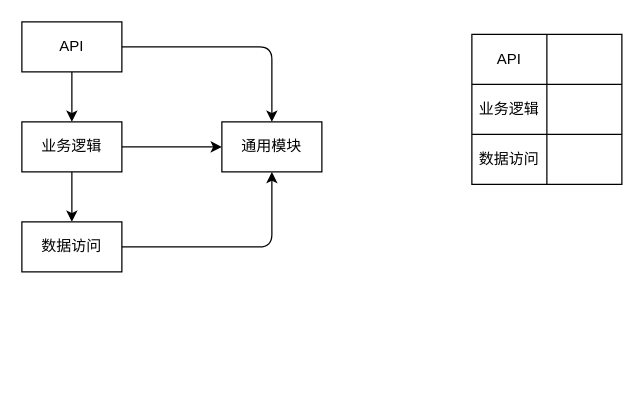
Before: Software/分层模式示例.drawio in noobwu/diagrams, a draw.io diagram. Source tidied: cells renumbered, new cells numbered last; positions are measured from the earlier drawing's top-left corner, leaving out a move shared by most shapes. Both pictures are drawn from the tidied source at 125%, with x=0, y=0 at pixel (21, 21).
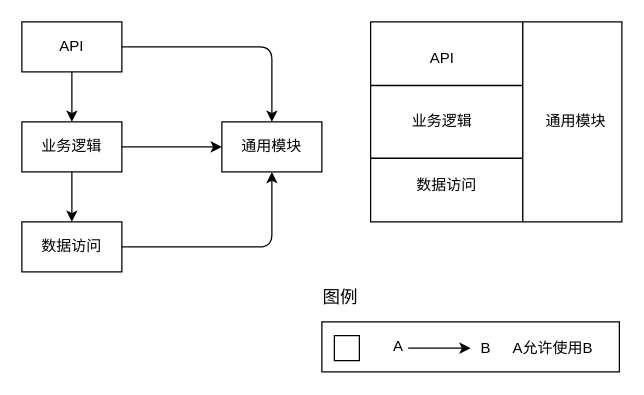
After the change.

Commit message (it also covers changes not shown here):
Update 分层模式示例.drawio

Diff of the diagram source:
```diff
@@
-    <mxCell id="11" style="shape=table;html=1;whiteSpace=wrap;startSize=0;childLayout=tableLayout;" parent="1" vertex="1">
-      <mxGeometry x="360" y="10" width="120" height="120" as="geometry" />
-    </mxCell>
-    <mxCell id="12" style="shape=partialRectangle;html=1;whiteSpace=wrap;fillColor=none;top=0;left=0;bottom=0;right=0;" parent="11" vertex="1">
-      <mxGeometry width="120" height="40" as="geometry" />
-    </mxCell>
+    <mxCell id="21" style="group;" parent="1" vertex="1">
+      <mxGeometry x="279" width="201" height="160" as="geometry" />
+    </mxCell>
+    <mxCell id="22" style="rounded=0;whiteSpace=wrap;html=1;" parent="21" vertex="1">
+      <mxGeometry width="201" height="160" as="geometry" />
+    </mxCell>
+    <mxCell id="23" style="line;strokeWidth=1.1;direction=south;html=1;perimeter=backbonePerimeter;" parent="21" vertex="1">
+      <mxGeometry x="116.4" width="10.6" height="160" as="geometry" />
+    </mxCell>
+    <mxCell id="24" style="line;strokeWidth=1.1;html=1;perimeter=backbonePerimeter;" parent="21" vertex="1">
+      <mxGeometry y="43.6" width="121.7" height="14.5" as="geometry" />
+    </mxCell>
+    <mxCell id="25" style="line;strokeWidth=1.1;html=1;perimeter=backbonePerimeter;" parent="21" vertex="1">
+      <mxGeometry y="101.8" width="121.7" height="14.5" as="geometry" />
+    </mxCell>
-    <mxCell id="13" value="API" style="shape=partialRectangle;html=1;whiteSpace=wrap;fillColor=none;top=0;left=0;bottom=0;right=0;overflow=hidden;" parent="12" vertex="1">
-      <mxGeometry width="60" height="40" as="geometry" />
+    <mxCell id="13" value="API" style="text;html=1;strokeColor=none;fillColor=none;align=center;verticalAlign=middle;whiteSpace=wrap;rounded=0;" parent="21" vertex="1">
+      <mxGeometry x="31.7" y="14.5" width="50.8" height="29.1" as="geometry" />
     </mxCell>
-    <mxCell id="14" style="shape=partialRectangle;html=1;whiteSpace=wrap;fillColor=none;top=0;left=0;bottom=0;right=0;overflow=hidden;" parent="12" vertex="1">
-      <mxGeometry x="60" width="60" height="40" as="geometry" />
-    </mxCell>
-    <mxCell id="15" style="shape=partialRectangle;html=1;whiteSpace=wrap;fillColor=none;top=0;left=0;bottom=0;right=0;" parent="11" vertex="1">
-      <mxGeometry y="40" width="120" height="40" as="geometry" />
-    </mxCell>
-    <mxCell id="16" value="业务逻辑" style="shape=partialRectangle;html=1;whiteSpace=wrap;fillColor=none;top=0;left=0;bottom=0;right=0;overflow=hidden;" parent="15" vertex="1">
-      <mxGeometry width="60" height="40" as="geometry" />
+    <mxCell id="16" value="业务逻辑" style="text;html=1;strokeColor=none;fillColor=none;align=center;verticalAlign=middle;whiteSpace=wrap;rounded=0;" parent="21" vertex="1">
+      <mxGeometry x="27.5" y="65.5" width="59.2" height="29.1" as="geometry" />
     </mxCell>
-    <mxCell id="17" style="shape=partialRectangle;html=1;whiteSpace=wrap;fillColor=none;top=0;left=0;bottom=0;right=0;overflow=hidden;" parent="15" vertex="1">
-      <mxGeometry x="60" width="60" height="40" as="geometry" />
-    </mxCell>
-    <mxCell id="18" style="shape=partialRectangle;html=1;whiteSpace=wrap;fillColor=none;top=0;left=0;bottom=0;right=0;" parent="11" vertex="1">
-      <mxGeometry y="80" width="120" height="40" as="geometry" />
-    </mxCell>
-    <mxCell id="19" value="数据访问" style="shape=partialRectangle;html=1;whiteSpace=wrap;fillColor=none;top=0;left=0;bottom=0;right=0;overflow=hidden;" parent="18" vertex="1">
-      <mxGeometry width="60" height="40" as="geometry" />
+    <mxCell id="19" value="数据访问" style="text;html=1;strokeColor=none;fillColor=none;align=center;verticalAlign=middle;whiteSpace=wrap;rounded=0;" parent="21" vertex="1">
+      <mxGeometry x="27.5" y="116.4" width="65.6" height="29.1" as="geometry" />
     </mxCell>
-    <mxCell id="20" style="shape=partialRectangle;html=1;whiteSpace=wrap;fillColor=none;top=0;left=0;bottom=0;right=0;overflow=hidden;" parent="18" vertex="1">
-      <mxGeometry x="60" width="60" height="40" as="geometry" />
-    </mxCell>
+    <mxCell id="26" value="通用模块" style="text;html=1;strokeColor=none;fillColor=none;align=center;verticalAlign=middle;whiteSpace=wrap;rounded=0;" parent="21" vertex="1">
+      <mxGeometry x="137.5" y="65.5" width="52.9" height="29.1" as="geometry" />
+    </mxCell>
+    <mxCell id="27" style="group;" parent="1" vertex="1">
+      <mxGeometry x="240" y="210" width="238" height="70" as="geometry" />
+    </mxCell>
+    <mxCell id="28" style="rounded=0;whiteSpace=wrap;html=1;fillColor=#ffffff;" parent="27" vertex="1">
+      <mxGeometry y="30" width="238" height="40" as="geometry" />
+    </mxCell>
+    <mxCell id="29" value="图例" style="text;html=1;strokeColor=none;fillColor=none;align=center;verticalAlign=middle;whiteSpace=wrap;rounded=0;fontSize=14;" parent="27" vertex="1">
+      <mxGeometry width="30" height="20" as="geometry" />
+    </mxCell>
+    <mxCell id="30" style="whiteSpace=wrap;html=1;fillColor=#ffffff;" parent="27" vertex="1">
+      <mxGeometry x="10" y="41" width="20" height="20" as="geometry" />
+    </mxCell>
+    <mxCell id="31" value="A" style="text;html=1;strokeColor=none;fillColor=none;align=center;verticalAlign=middle;whiteSpace=wrap;rounded=0;" parent="27" vertex="1">
+      <mxGeometry x="53" y="40" width="17" height="20" as="geometry" />
+    </mxCell>
+    <mxCell id="32" value="B" style="text;html=1;strokeColor=none;fillColor=none;align=center;verticalAlign=middle;whiteSpace=wrap;rounded=0;" parent="27" vertex="1">
+      <mxGeometry x="123" y="41" width="17" height="20" as="geometry" />
+    </mxCell>
+    <mxCell id="33" style="endArrow=classic;html=1;exitX=1;exitY=0.5;exitDx=0;exitDy=0;" parent="27" edge="1">
+      <mxGeometry relative="1" as="geometry">
+        <mxPoint x="69" y="51" as="sourcePoint" />
+        <mxPoint x="119" y="51" as="targetPoint" />
+      </mxGeometry>
+    </mxCell>
+    <mxCell id="34" value="A允许使用B" style="text;html=1;strokeColor=none;fillColor=none;align=center;verticalAlign=middle;whiteSpace=wrap;rounded=0;" parent="27" vertex="1">
+      <mxGeometry x="145" y="41" width="80" height="20" as="geometry" />
+    </mxCell>
```
